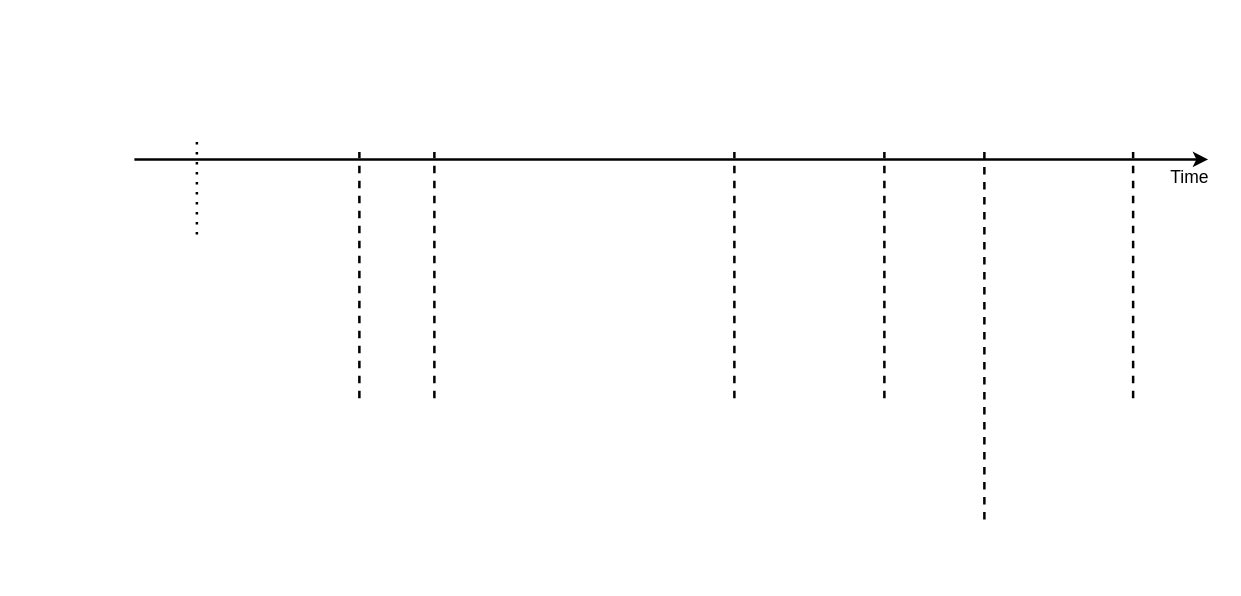
NuwanUdara/my-diagrams keeps this draw.io diagram as lora_wave.drawio. Above is the earlier version. Source tidied: cells renumbered, new cells numbered last; positions are measured from the earlier drawing's top-left corner, leaving out a move shared by most shapes. Both pictures are drawn from the tidied source at 125%, with x=0, y=0 at pixel (134, 134).
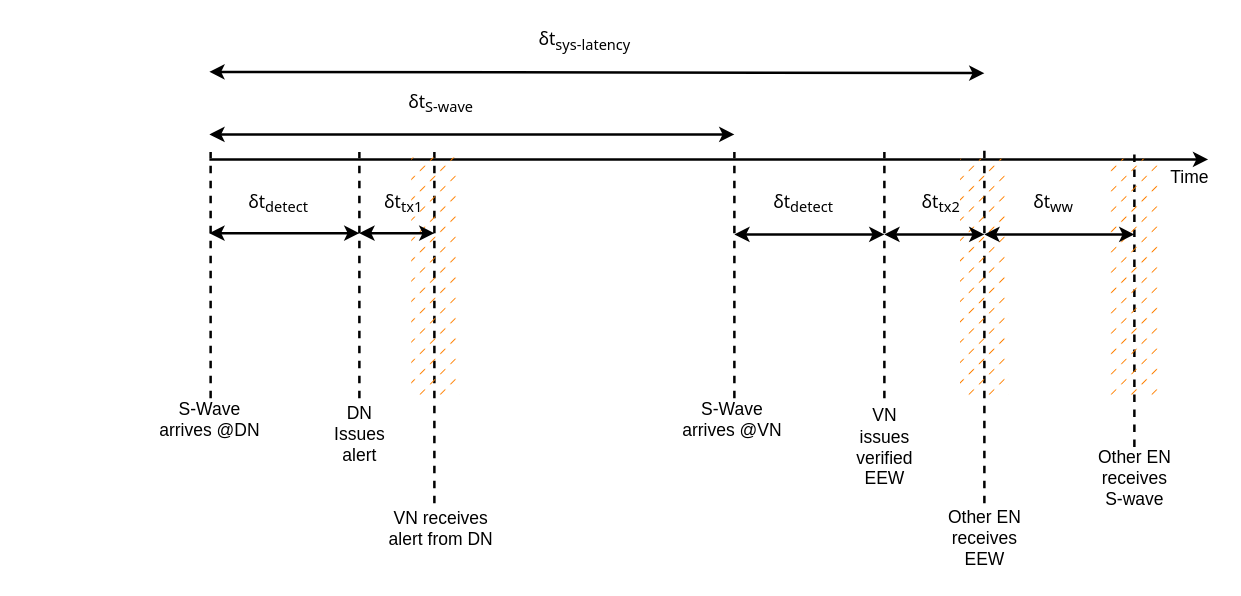
The same diagram, later.

The edit, as a diff of the source:
```diff
@@
     <mxCell id="2" style="endArrow=classic;html=1;rounded=0;strokeWidth=2;" parent="1" edge="1">
       <mxGeometry relative="1" as="geometry">
-        <mxPoint y="20" as="sourcePoint" />
+        <mxPoint x="60" y="20" as="sourcePoint" />
         <mxPoint x="859" y="20" as="targetPoint" />
       </mxGeometry>
     </mxCell>
@@
     <mxCell id="4" style="endArrow=none;dashed=1;html=1;rounded=0;strokeWidth=2;" parent="1" edge="1">
       <mxGeometry relative="1" as="geometry">
-        <mxPoint x="799" y="211" as="sourcePoint" />
-        <mxPoint x="799" y="14" as="targetPoint" />
+        <mxPoint x="800" y="250" as="sourcePoint" />
+        <mxPoint x="800" y="14" as="targetPoint" />
       </mxGeometry>
     </mxCell>
     <mxCell id="5" style="endArrow=none;dashed=1;html=1;rounded=0;strokeWidth=2;" parent="1" edge="1">
       <mxGeometry relative="1" as="geometry">
-        <mxPoint x="680" y="308" as="sourcePoint" />
-        <mxPoint x="680" y="8" as="targetPoint" />
+        <mxPoint x="680" y="295" as="sourcePoint" />
+        <mxPoint x="680" y="13" as="targetPoint" />
       </mxGeometry>
     </mxCell>
@@
-    <mxCell id="8" style="endArrow=none;dashed=1;html=1;dashPattern=1 3;strokeWidth=2;rounded=0;" parent="1" edge="1">
-      <mxGeometry relative="1" as="geometry">
-        <mxPoint x="50" y="80" as="sourcePoint" />
-        <mxPoint x="50" as="targetPoint" />
-      </mxGeometry>
-    </mxCell>
     <mxCell id="9" style="endArrow=none;dashed=1;html=1;rounded=0;strokeWidth=2;" parent="1" edge="1">
       <mxGeometry relative="1" as="geometry">
-        <mxPoint x="240" y="211" as="sourcePoint" />
+        <mxPoint x="240" y="295" as="sourcePoint" />
         <mxPoint x="240" y="14" as="targetPoint" />
       </mxGeometry>
     </mxCell>
@@
+    <mxCell id="11" style="endArrow=none;dashed=1;html=1;rounded=0;strokeWidth=2;" parent="1" edge="1">
+      <mxGeometry relative="1" as="geometry">
+        <mxPoint x="61" y="211" as="sourcePoint" />
+        <mxPoint x="61" y="14" as="targetPoint" />
+      </mxGeometry>
+    </mxCell>
+    <mxCell id="12" style="endArrow=classic;startArrow=classic;html=1;rounded=0;strokeWidth=2;" parent="1" edge="1">
+      <mxGeometry relative="1" as="geometry">
+        <mxPoint x="60" as="sourcePoint" />
+        <mxPoint x="480" as="targetPoint" />
+      </mxGeometry>
+    </mxCell>
+    <mxCell id="13" style="endArrow=classic;startArrow=classic;html=1;rounded=0;strokeWidth=2;" parent="1" edge="1">
+      <mxGeometry relative="1" as="geometry">
+        <mxPoint x="60" y="-50" as="sourcePoint" />
+        <mxPoint x="680" y="-49" as="targetPoint" />
+      </mxGeometry>
+    </mxCell>
+    <mxCell id="14" style="endArrow=classic;startArrow=classic;html=1;rounded=0;strokeWidth=2;" parent="1" edge="1">
+      <mxGeometry relative="1" as="geometry">
+        <mxPoint x="60" y="79" as="sourcePoint" />
+        <mxPoint x="180" y="79" as="targetPoint" />
+        <Array as="points">
+          <mxPoint x="80" y="79" />
+        </Array>
+      </mxGeometry>
+    </mxCell>
+    <mxCell id="15" style="endArrow=classic;startArrow=classic;html=1;rounded=0;strokeWidth=2;" parent="1" edge="1">
+      <mxGeometry relative="1" as="geometry">
+        <mxPoint x="480" y="80" as="sourcePoint" />
+        <mxPoint x="600" y="80" as="targetPoint" />
+        <Array as="points">
+          <mxPoint x="510" y="80" />
+        </Array>
+      </mxGeometry>
+    </mxCell>
+    <mxCell id="16" value="&amp;nbsp;" style="text;whiteSpace=wrap;html=1;" parent="1" vertex="1">
+      <mxGeometry x="-90" y="120" width="40" height="40" as="geometry" />
+    </mxCell>
+    <mxCell id="17" value="&lt;font style=&quot;font-size: 14px;&quot;&gt;δt&lt;sub&gt;ww&lt;/sub&gt;&lt;/font&gt;" style="text;html=1;align=center;verticalAlign=middle;strokeColor=none;fillColor=none;fontFamily=Tahoma;fontSize=14;" parent="1" vertex="1">
+      <mxGeometry x="705" y="40" width="60" height="30" as="geometry" />
+    </mxCell>
+    <mxCell id="18" value="&lt;font style=&quot;font-size: 14px;&quot;&gt;δt&lt;sub&gt;detect&lt;/sub&gt;&lt;/font&gt;" style="text;html=1;align=center;verticalAlign=middle;strokeColor=none;fillColor=none;fontFamily=Tahoma;fontSize=14;" parent="1" vertex="1">
+      <mxGeometry x="500" y="40" width="70" height="30" as="geometry" />
+    </mxCell>
+    <mxCell id="19" value="&lt;font style=&quot;font-size: 14px;&quot;&gt;δt&lt;sub&gt;detect&lt;/sub&gt;&lt;/font&gt;" style="text;html=1;align=center;verticalAlign=middle;strokeColor=none;fillColor=none;fontFamily=Tahoma;fontSize=14;" parent="1" vertex="1">
+      <mxGeometry x="80" y="40" width="70" height="30" as="geometry" />
+    </mxCell>
+    <mxCell id="20" value="&lt;font style=&quot;font-size: 14px;&quot;&gt;δt&lt;sub&gt;S-wave&lt;/sub&gt;&lt;/font&gt;" style="text;html=1;align=center;verticalAlign=middle;strokeColor=none;fillColor=none;fontFamily=Tahoma;fontSize=14;" parent="1" vertex="1">
+      <mxGeometry x="205" y="-40" width="80" height="30" as="geometry" />
+    </mxCell>
+    <mxCell id="21" value="&lt;font style=&quot;font-size: 14px;&quot;&gt;δt&lt;sub&gt;sys-latency&lt;/sub&gt;&lt;/font&gt;" style="text;html=1;align=center;verticalAlign=middle;strokeColor=none;fillColor=none;fontFamily=Tahoma;fontSize=14;" parent="1" vertex="1">
+      <mxGeometry x="310" y="-90" width="100" height="30" as="geometry" />
+    </mxCell>
+    <mxCell id="22" style="rounded=0;whiteSpace=wrap;html=1;fillStyle=dashed;fillColor=#FF8000;strokeColor=none;dashed=1;dashPattern=1 4;rotation=-90;gradientColor=none;direction=south;" parent="1" vertex="1">
+      <mxGeometry x="705" y="95" width="190" height="39" as="geometry" />
+    </mxCell>
+    <mxCell id="23" style="rounded=0;whiteSpace=wrap;html=1;fillStyle=dashed;fillColor=#FF8000;strokeColor=none;dashed=1;dashPattern=1 4;rotation=-90;gradientColor=none;direction=south;" parent="1" vertex="1">
+      <mxGeometry x="585" y="95" width="190" height="39" as="geometry" />
+    </mxCell>
+    <mxCell id="24" style="rounded=0;whiteSpace=wrap;html=1;fillStyle=dashed;fillColor=#FF8000;strokeColor=none;dashed=1;dashPattern=1 4;rotation=-90;gradientColor=none;direction=south;" parent="1" vertex="1">
+      <mxGeometry x="146" y="94" width="190" height="39" as="geometry" />
+    </mxCell>
+    <mxCell id="25" value="Other EN&lt;br&gt;receives&lt;br&gt;S-wave" style="text;html=1;align=center;verticalAlign=middle;strokeColor=none;fillColor=none;strokeWidth=3;fontSize=14;" parent="1" vertex="1">
+      <mxGeometry x="760" y="245" width="80" height="60" as="geometry" />
+    </mxCell>
+    <mxCell id="26" value="Other EN&lt;br&gt;receives&lt;br&gt;EEW" style="text;html=1;align=center;verticalAlign=middle;strokeColor=none;fillColor=none;strokeWidth=3;fontSize=14;" parent="1" vertex="1">
+      <mxGeometry x="640" y="293" width="80" height="60" as="geometry" />
+    </mxCell>
+    <mxCell id="27" value="&lt;div&gt;VN&lt;br&gt;issues&lt;br&gt;&lt;/div&gt;verified&lt;br&gt;EEW" style="text;html=1;align=center;verticalAlign=middle;strokeColor=none;fillColor=none;strokeWidth=3;fontSize=14;" parent="1" vertex="1">
+      <mxGeometry x="565" y="210" width="70" height="80" as="geometry" />
+    </mxCell>
+    <mxCell id="28" value="&lt;div&gt;S-Wave&lt;/div&gt;&lt;div&gt;arrives @VN&lt;br&gt;&lt;/div&gt;" style="text;html=1;align=center;verticalAlign=middle;strokeColor=none;fillColor=none;strokeWidth=3;fontSize=14;" parent="1" vertex="1">
+      <mxGeometry x="428" y="203" width="100" height="50" as="geometry" />
+    </mxCell>
+    <mxCell id="29" value="&lt;div&gt;VN receives&lt;/div&gt;&lt;div&gt;alert from DN&lt;br&gt;&lt;/div&gt;" style="text;html=1;align=center;verticalAlign=middle;strokeColor=none;fillColor=none;strokeWidth=3;fontSize=14;" parent="1" vertex="1">
+      <mxGeometry x="190" y="290" width="110" height="50" as="geometry" />
+    </mxCell>
+    <mxCell id="30" value="&lt;div&gt;DN&lt;/div&gt;&lt;div&gt;Issues&lt;/div&gt;&lt;div&gt;alert&lt;br&gt;&lt;/div&gt;" style="text;html=1;align=center;verticalAlign=middle;strokeColor=none;fillColor=none;strokeWidth=3;fontSize=14;" parent="1" vertex="1">
+      <mxGeometry x="150" y="210" width="60" height="60" as="geometry" />
+    </mxCell>
+    <mxCell id="31" value="&lt;div&gt;S-Wave&lt;/div&gt;&lt;div&gt;arrives @DN&lt;br&gt;&lt;/div&gt;" style="text;html=1;align=center;verticalAlign=middle;strokeColor=none;fillColor=none;strokeWidth=3;fontSize=14;" parent="1" vertex="1">
+      <mxGeometry x="10" y="203" width="100" height="50" as="geometry" />
+    </mxCell>
+    <mxCell id="32" style="endArrow=classic;startArrow=classic;html=1;rounded=0;strokeWidth=2;" parent="1" edge="1">
+      <mxGeometry relative="1" as="geometry">
+        <mxPoint x="180" y="79" as="sourcePoint" />
+        <mxPoint x="240" y="79" as="targetPoint" />
+        <Array as="points">
+          <mxPoint x="210" y="79" />
+        </Array>
+      </mxGeometry>
+    </mxCell>
+    <mxCell id="33" value="&lt;font style=&quot;font-size: 14px;&quot;&gt;δt&lt;sub&gt;tx1&lt;/sub&gt;&lt;/font&gt;" style="text;html=1;align=center;verticalAlign=middle;strokeColor=none;fillColor=none;fontFamily=Tahoma;fontSize=14;" parent="1" vertex="1">
+      <mxGeometry x="190" y="40" width="50" height="30" as="geometry" />
+    </mxCell>
+    <mxCell id="34" style="endArrow=classic;startArrow=classic;html=1;rounded=0;strokeWidth=2;" parent="1" edge="1">
+      <mxGeometry relative="1" as="geometry">
+        <mxPoint x="680" y="80" as="sourcePoint" />
+        <mxPoint x="800" y="80" as="targetPoint" />
+        <Array as="points">
+          <mxPoint x="710" y="80" />
+        </Array>
+      </mxGeometry>
+    </mxCell>
+    <mxCell id="35" style="endArrow=classic;startArrow=classic;html=1;rounded=0;strokeWidth=2;" parent="1" edge="1">
+      <mxGeometry relative="1" as="geometry">
+        <mxPoint x="600" y="80" as="sourcePoint" />
+        <mxPoint x="680" y="80" as="targetPoint" />
+        <Array as="points">
+          <mxPoint x="630" y="80" />
+        </Array>
+      </mxGeometry>
+    </mxCell>
+    <mxCell id="36" value="&lt;font style=&quot;font-size: 14px;&quot;&gt;δt&lt;sub&gt;tx2&lt;/sub&gt;&lt;/font&gt;" style="text;html=1;align=center;verticalAlign=middle;strokeColor=none;fillColor=none;fontFamily=Tahoma;fontSize=14;" parent="1" vertex="1">
+      <mxGeometry x="620" y="40" width="50" height="30" as="geometry" />
+    </mxCell>
```
